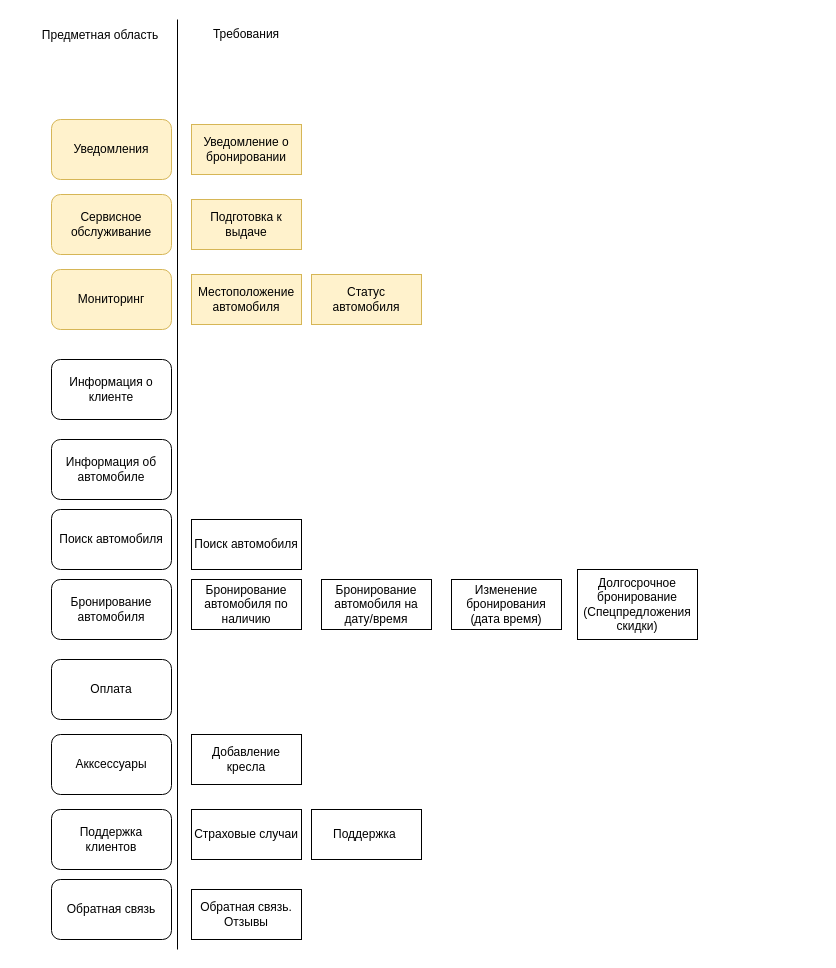
Above: Диаграмма без названия.drawio in RomanLunev/microserviceArchitecture (draw.io), before the change. Source tidied: cells renumbered, new cells numbered last; positions are measured from the earlier drawing's top-left corner, leaving out a move shared by most shapes. Both pictures are drawn from the tidied source at 100%, with x=0, y=0 at pixel (37, 19).
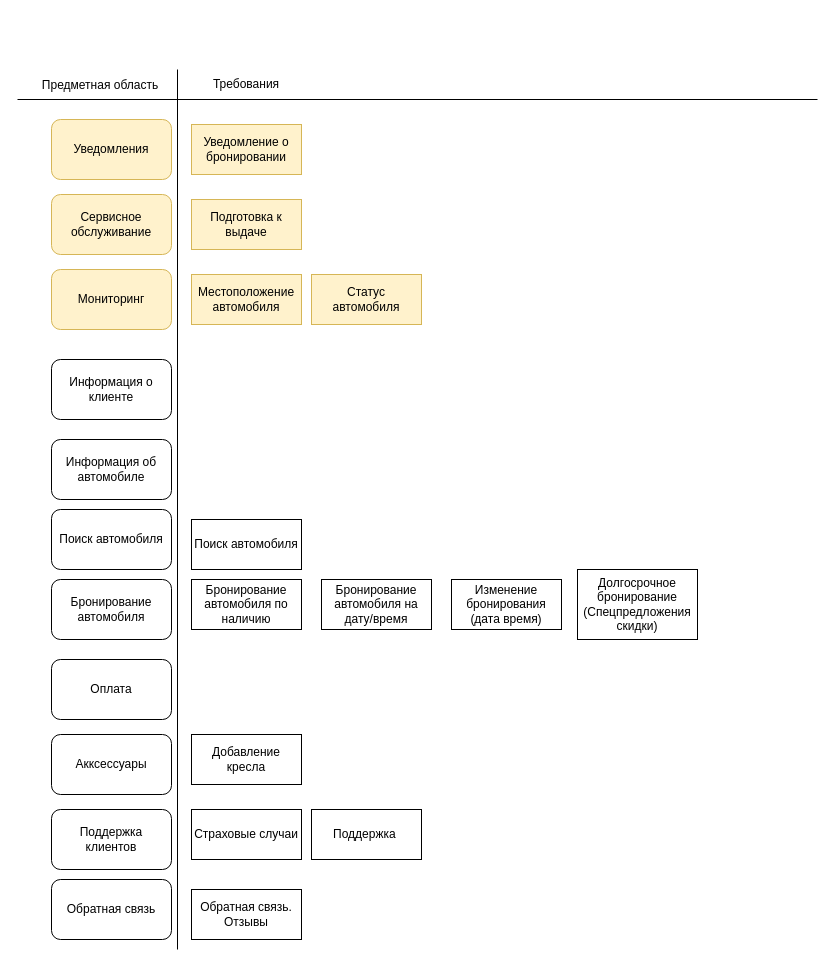
Above is the later version.

What changed in the source:
```diff
@@
     <mxCell id="26" style="endArrow=none;html=1;rounded=0;" parent="1" edge="1">
       <mxGeometry relative="1" as="geometry">
         <mxPoint x="140" y="930" as="sourcePoint" />
-        <mxPoint x="140" as="targetPoint" />
+        <mxPoint x="140" y="50" as="targetPoint" />
       </mxGeometry>
     </mxCell>
     <mxCell id="27" value="&lt;h1 style=&quot;margin-top: 0px;&quot;&gt;&lt;span style=&quot;font-weight: normal;&quot;&gt;&lt;font style=&quot;font-size: 12px;&quot;&gt;Предметная область&lt;/font&gt;&lt;/span&gt;&lt;/h1&gt;" style="text;html=1;align=center;verticalAlign=middle;whiteSpace=wrap;rounded=0;" parent="1" vertex="1">
-      <mxGeometry y="5" width="126" height="30" as="geometry" />
+      <mxGeometry y="55" width="126" height="30" as="geometry" />
     </mxCell>
     <mxCell id="28" value="&lt;span style=&quot;text-align: left;&quot;&gt;Требования&lt;/span&gt;" style="text;html=1;align=center;verticalAlign=middle;whiteSpace=wrap;rounded=0;" parent="1" vertex="1">
-      <mxGeometry x="179" width="60" height="30" as="geometry" />
+      <mxGeometry x="179" y="50" width="60" height="30" as="geometry" />
     </mxCell>
@@
+    <mxCell id="30" style="endArrow=none;html=1;rounded=0;" parent="1" edge="1">
+      <mxGeometry relative="1" as="geometry">
+        <mxPoint x="780" y="80" as="sourcePoint" />
+        <mxPoint x="-20" y="80" as="targetPoint" />
+      </mxGeometry>
+    </mxCell>
```
